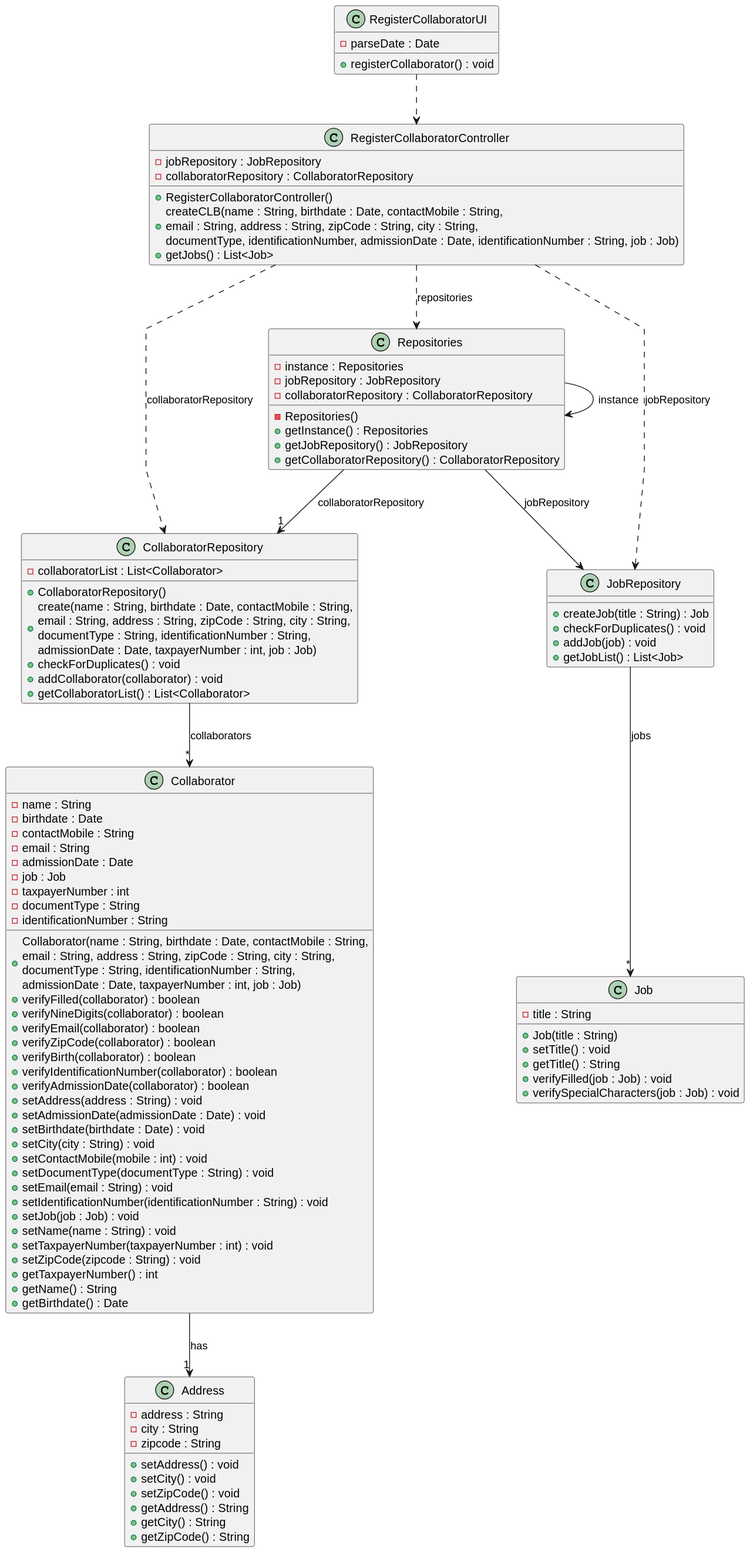
The PlantUML diagram docs/sprintB/us003/03.design/svg/us003-class-diagram.svg in ricardomm7/leaflink, before a commit.
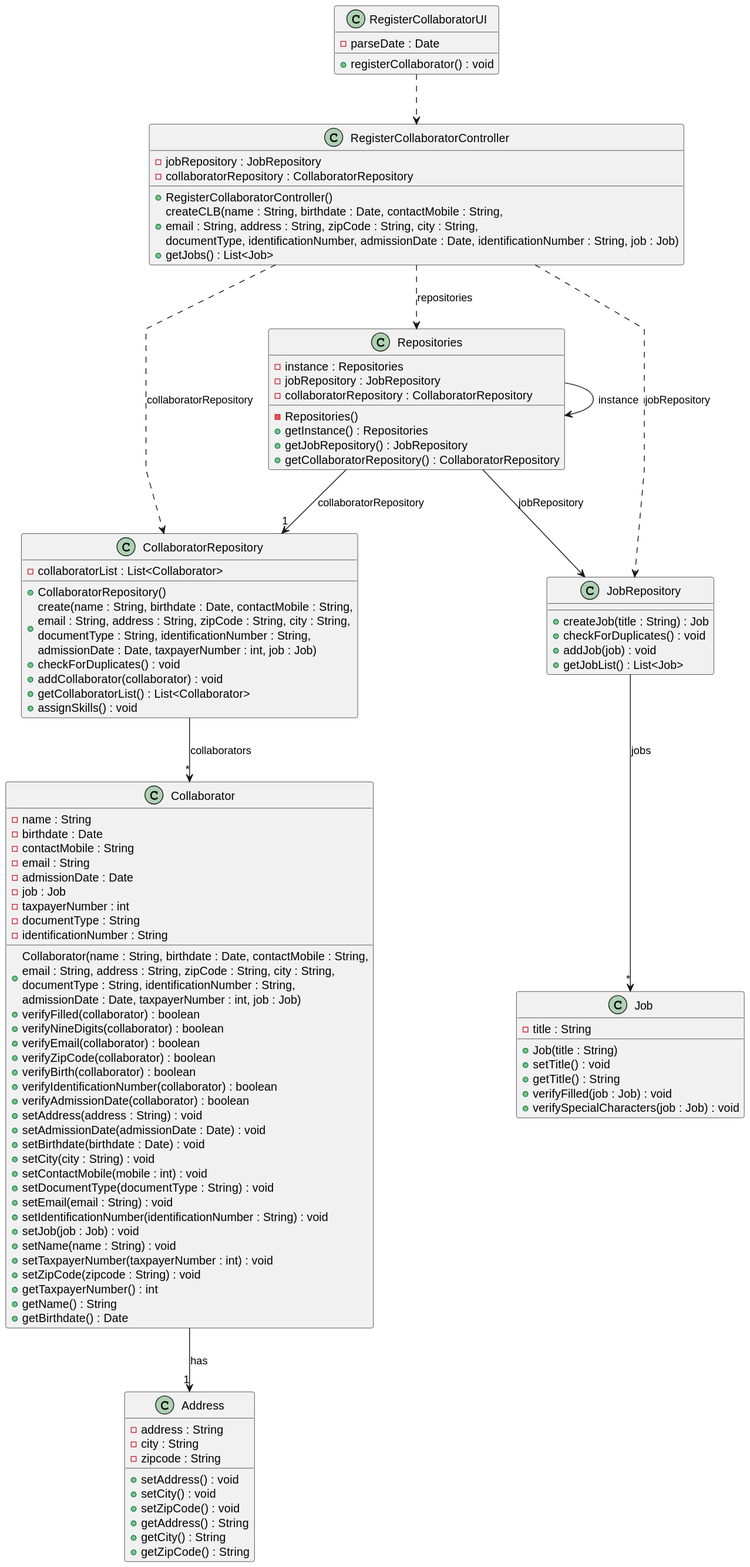
Above is the later version.

Change to the diagram source:
```diff
@@ -34,6 +34,7 @@
     + checkForDuplicates() : void
     + addCollaborator(collaborator) : void
     + getCollaboratorList() : List<Collaborator>
+    + assignSkills() : void
 }
 
 class JobRepository {
```
